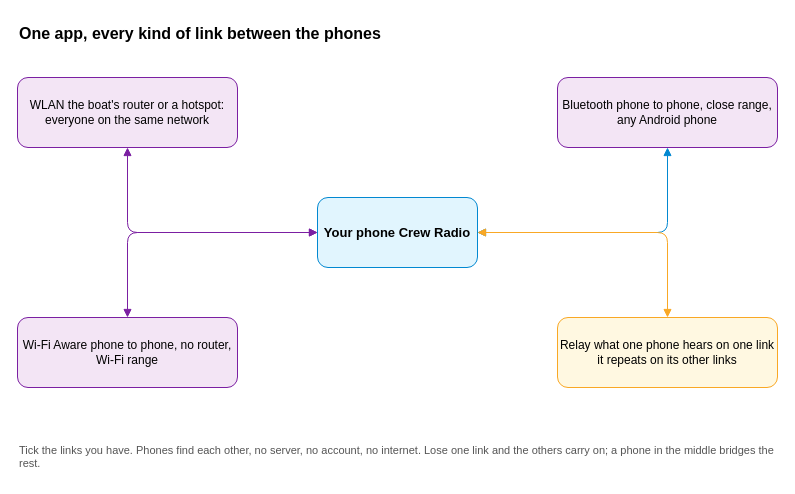
The draw.io diagram docs/diagrams/links.drawio in KEGustafsson/android-push-to-talk, before the edit. Source tidied: cells renumbered, new cells numbered last; positions are measured from the earlier drawing's top-left corner, leaving out a move shared by most shapes. Both pictures are drawn from the tidied source at 100%, with x=0, y=0 at pixel (17, 17).
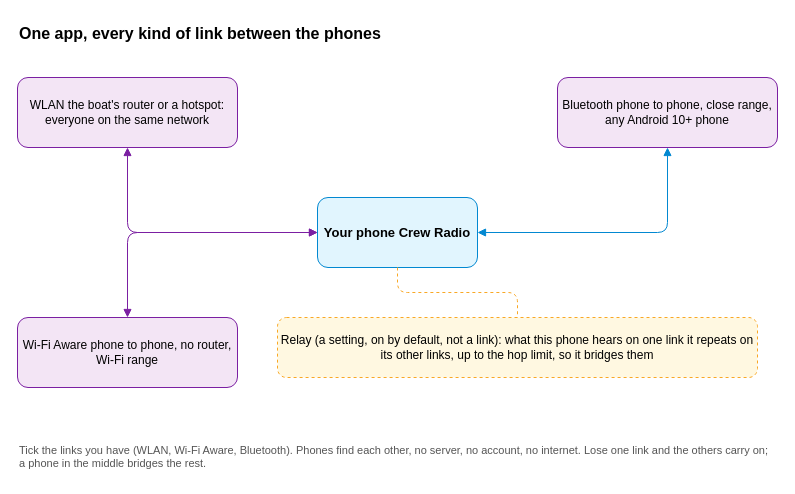
Above is the later version.

Commit message (it also covers changes not shown here):
Address review: per-kind dedup key, relay is a setting, qualified notes, settings mock-up fits

Diff of the diagram source:
```diff
@@
 <mxGraphModel>
   <root>
     <mxCell id="0" />
     <mxCell id="1" parent="0" />
     <mxCell id="2" value="One app, every kind of link between the phones" style="text;html=1;align=left;verticalAlign=top;whiteSpace=wrap;fontFamily=Helvetica;fontSize=11;fontColor=#555555;fontSize=16;fontStyle=1;fontColor=#000000;" parent="1" vertex="1">
       <mxGeometry width="700" height="30" as="geometry" />
     </mxCell>
     <mxCell id="3" value="Your phone Crew Radio" style="rounded=1;whiteSpace=wrap;html=1;fontFamily=Helvetica;fontSize=12;fillColor=#E1F5FE;strokeColor=#0288D1;fontSize=13;fontStyle=1;" parent="1" vertex="1">
       <mxGeometry x="300" y="180" width="160" height="70" as="geometry" />
     </mxCell>
     <mxCell id="4" value="WLAN the boat's router or a hotspot: everyone on the same network" style="rounded=1;whiteSpace=wrap;html=1;fontFamily=Helvetica;fontSize=12;fillColor=#F3E5F5;strokeColor=#7B1FA2;" parent="1" vertex="1">
       <mxGeometry y="60" width="220" height="70" as="geometry" />
     </mxCell>
     <mxCell id="5" value="Wi-Fi Aware phone to phone, no router, Wi-Fi range" style="rounded=1;whiteSpace=wrap;html=1;fontFamily=Helvetica;fontSize=12;fillColor=#F3E5F5;strokeColor=#7B1FA2;" parent="1" vertex="1">
       <mxGeometry y="300" width="220" height="70" as="geometry" />
     </mxCell>
-    <mxCell id="6" value="Bluetooth phone to phone, close range, any Android phone" style="rounded=1;whiteSpace=wrap;html=1;fontFamily=Helvetica;fontSize=12;fillColor=#F3E5F5;strokeColor=#7B1FA2;" parent="1" vertex="1">
+    <mxCell id="6" value="Bluetooth phone to phone, close range, any Android 10+ phone" style="rounded=1;whiteSpace=wrap;html=1;fontFamily=Helvetica;fontSize=12;fillColor=#F3E5F5;strokeColor=#7B1FA2;" parent="1" vertex="1">
       <mxGeometry x="540" y="60" width="220" height="70" as="geometry" />
     </mxCell>
-    <mxCell id="7" value="Relay what one phone hears on one link it repeats on its other links" style="rounded=1;whiteSpace=wrap;html=1;fontFamily=Helvetica;fontSize=12;fillColor=#FFF8E1;strokeColor=#F9A825;" parent="1" vertex="1">
-      <mxGeometry x="540" y="300" width="220" height="70" as="geometry" />
+    <mxCell id="7" value="Relay (a setting, on by default, not a link): what this phone hears on one link it repeats on its other links, up to the hop limit, so it bridges them" style="rounded=1;whiteSpace=wrap;html=1;fontFamily=Helvetica;fontSize=12;fillColor=#FFF8E1;strokeColor=#F9A825;dashed=1;" parent="1" vertex="1">
+      <mxGeometry x="260" y="300" width="480" height="60" as="geometry" />
     </mxCell>
-    <mxCell id="8" value="Tick the links you have. Phones find each other, no server, no account, no internet. Lose one link and the others carry on; a phone in the middle bridges the rest." style="text;html=1;align=left;verticalAlign=top;whiteSpace=wrap;fontFamily=Helvetica;fontSize=11;fontColor=#555555;" parent="1" vertex="1">
+    <mxCell id="8" value="Tick the links you have (WLAN, Wi-Fi Aware, Bluetooth). Phones find each other, no server, no account, no internet. Lose one link and the others carry on; a phone in the middle bridges the rest." style="text;html=1;align=left;verticalAlign=top;whiteSpace=wrap;fontFamily=Helvetica;fontSize=11;fontColor=#555555;" parent="1" vertex="1">
       <mxGeometry y="420" width="760" height="40" as="geometry" />
     </mxCell>
     <mxCell id="9" style="edgeStyle=orthogonalEdgeStyle;rounded=1;html=1;endArrow=block;endFill=1;fontFamily=Helvetica;fontSize=11;strokeColor=#455A64;startArrow=block;startFill=1;strokeColor=#7B1FA2;" parent="1" edge="1" source="3" target="4">
       <mxGeometry relative="1" as="geometry" />
     </mxCell>
     <mxCell id="10" style="edgeStyle=orthogonalEdgeStyle;rounded=1;html=1;endArrow=block;endFill=1;fontFamily=Helvetica;fontSize=11;strokeColor=#455A64;startArrow=block;startFill=1;strokeColor=#7B1FA2;" parent="1" edge="1" source="3" target="5">
       <mxGeometry relative="1" as="geometry" />
     </mxCell>
     <mxCell id="11" style="edgeStyle=orthogonalEdgeStyle;rounded=1;html=1;endArrow=block;endFill=1;fontFamily=Helvetica;fontSize=11;strokeColor=#455A64;startArrow=block;startFill=1;strokeColor=#0288D1;" parent="1" edge="1" source="3" target="6">
       <mxGeometry relative="1" as="geometry" />
     </mxCell>
-    <mxCell id="12" style="edgeStyle=orthogonalEdgeStyle;rounded=1;html=1;endArrow=block;endFill=1;fontFamily=Helvetica;fontSize=11;strokeColor=#455A64;startArrow=block;startFill=1;strokeColor=#F9A825;" parent="1" edge="1" source="3" target="7">
+    <mxCell id="12" style="edgeStyle=orthogonalEdgeStyle;rounded=1;html=1;endArrow=block;endFill=1;fontFamily=Helvetica;fontSize=11;strokeColor=#455A64;dashed=1;strokeColor=#F9A825;endArrow=none;" parent="1" edge="1" source="3" target="7">
       <mxGeometry relative="1" as="geometry" />
     </mxCell>
   </root>
 </mxGraphModel>
```
